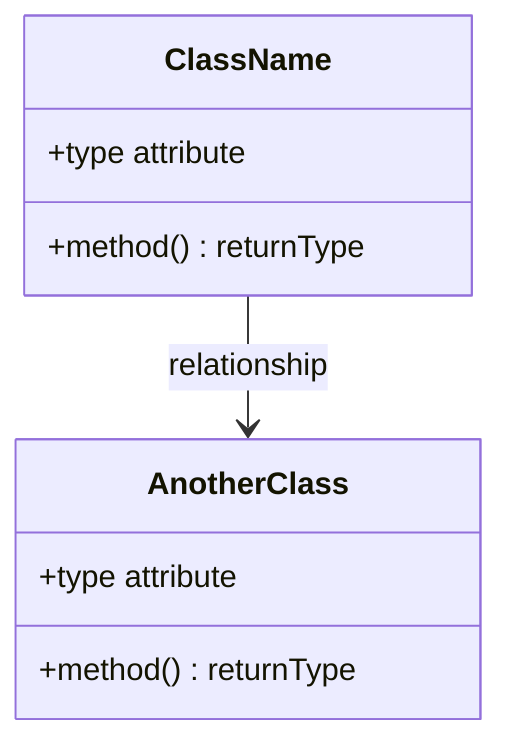
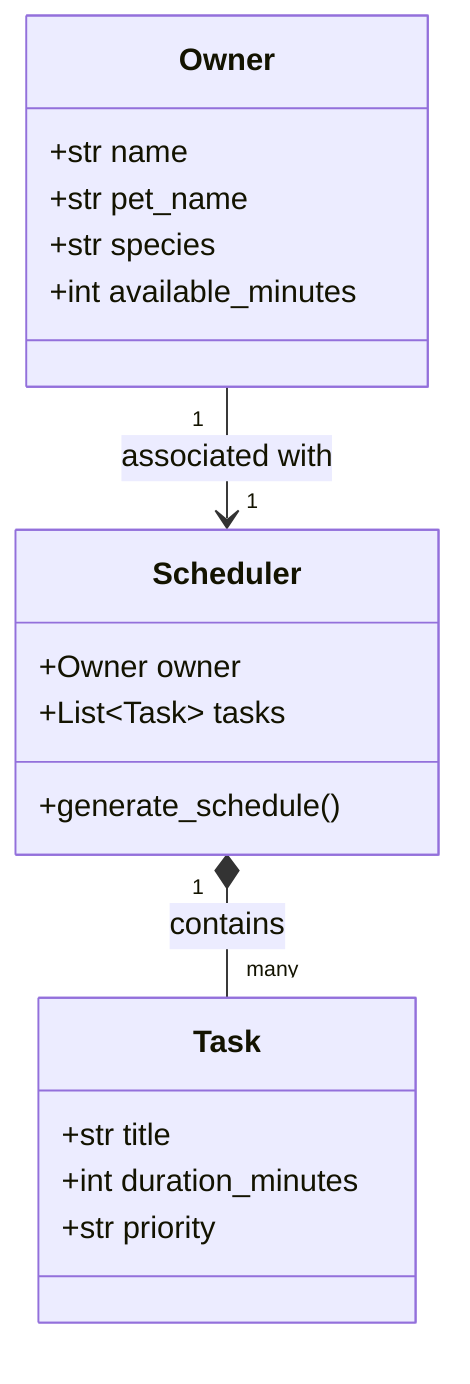
classDiagram
-     %% Replace the placeholders below with your actual classes, attributes, methods, and relationships.
-     %% Keep this file updated so it matches your final implementation.
- 
-     class ClassName {
-         +type attribute
-         +method() returnType
+     class Task {
+         +str title
+         +int duration_minutes
+         +str priority
    }

-     class AnotherClass {
-         +type attribute
-         +method() returnType
+     class Owner {
+         +str name
+         +str pet_name
+         +str species
+         +int available_minutes
    }

-     ClassName --> AnotherClass : relationship
+     class Scheduler {
+         +Owner owner
+         +List~Task~ tasks
+         +generate_schedule()
+     }
+ 
+     Owner "1" --> "1" Scheduler : associated with
+     Scheduler "1" *-- "many" Task : contains
